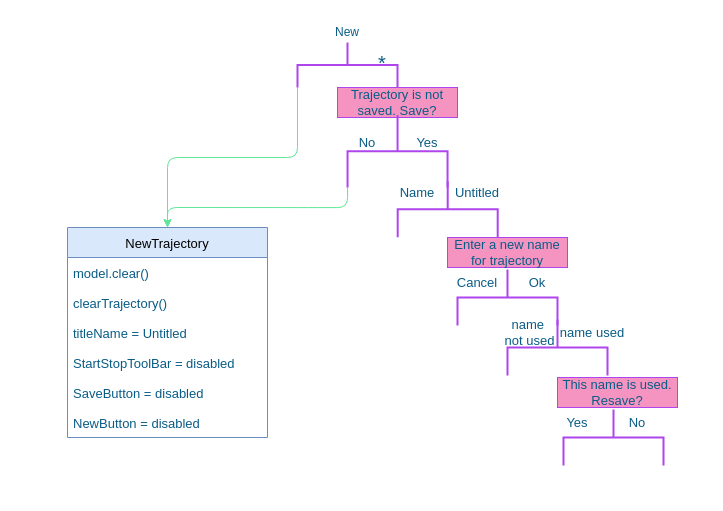
Earlier version of the draw.io diagram NewSaveOpen.drawio (ponBulat/dia). Source tidied: cells renumbered, new cells numbered last; positions are measured from the earlier drawing's top-left corner, leaving out a move shared by most shapes. Both pictures are drawn from the tidied source at 100%, with x=0, y=0 at pixel (67, 15).
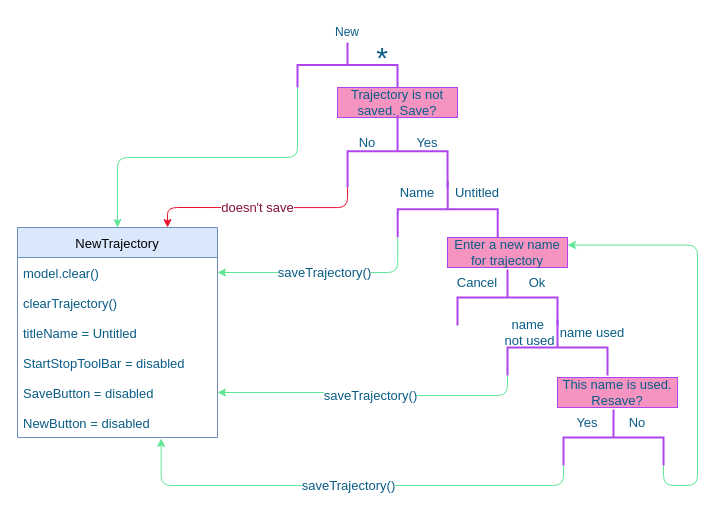
Above is the later version.

The change refers to these unchanged cells:
```xml
<mxCell id="8" style="strokeWidth=2;html=1;shape=mxgraph.flowchart.annotation_2;align=left;labelPosition=right;rotation=90;fillColor=#F694C1;strokeColor=#AF45ED;fontColor=#095C86;" parent="1" vertex="1">
  <mxGeometry x="293.8" y="85.8" width="72.5" height="100" as="geometry" />
</mxCell>
<mxCell id="11" style="strokeWidth=2;html=1;shape=mxgraph.flowchart.annotation_2;align=left;labelPosition=right;rotation=90;fillColor=#F694C1;strokeColor=#AF45ED;fontColor=#095C86;" parent="1" vertex="1">
  <mxGeometry x="352.2" y="143.8" width="56" height="100" as="geometry" />
</mxCell>
<mxCell id="14" value="Enter a new name for trajectory" style="rounded=0;whiteSpace=wrap;html=1;sketch=0;fontSize=13;fontColor=#095C86;strokeColor=#AF45ED;fillColor=#F694C1;" parent="1" vertex="1">
  <mxGeometry x="380" y="222" width="120" height="30" as="geometry" />
</mxCell>
<mxCell id="18" style="strokeWidth=2;html=1;shape=mxgraph.flowchart.annotation_2;align=left;labelPosition=right;rotation=90;fillColor=#F694C1;strokeColor=#AF45ED;fontColor=#095C86;" parent="1" vertex="1">
  <mxGeometry x="462" y="282" width="56" height="100" as="geometry" />
</mxCell>
<mxCell id="22" value="model.clear()" style="text;strokeColor=none;fillColor=none;align=left;verticalAlign=middle;spacingLeft=4;spacingRight=4;overflow=hidden;points=[[0,0.5],[1,0.5]];portConstraint=eastwest;rounded=0;sketch=0;fontSize=13;fontColor=#095C86;" parent="21" vertex="1">
  <mxGeometry y="30" width="200" height="30" as="geometry" />
</mxCell>
<mxCell id="26" value="SaveButton = disabled" style="text;strokeColor=none;fillColor=none;align=left;verticalAlign=middle;spacingLeft=4;spacingRight=4;overflow=hidden;points=[[0,0.5],[1,0.5]];portConstraint=eastwest;rounded=0;sketch=0;fontSize=13;fontColor=#095C86;" parent="21" vertex="1">
  <mxGeometry y="150" width="200" height="30" as="geometry" />
</mxCell>
<mxCell id="27" value="NewButton = disabled" style="text;strokeColor=none;fillColor=none;align=left;verticalAlign=middle;spacingLeft=4;spacingRight=4;overflow=hidden;points=[[0,0.5],[1,0.5]];portConstraint=eastwest;rounded=0;sketch=0;fontSize=13;fontColor=#095C86;" parent="21" vertex="1">
  <mxGeometry y="180" width="200" height="30" as="geometry" />
</mxCell>
<mxCell id="31" style="strokeWidth=2;html=1;shape=mxgraph.flowchart.annotation_2;align=left;labelPosition=right;rotation=90;fillColor=#F694C1;strokeColor=#AF45ED;fontColor=#095C86;" parent="1" vertex="1">
  <mxGeometry x="518" y="372" width="56" height="100" as="geometry" />
</mxCell>
```

Change to the diagram source:
```diff
@@
-    <mxCell id="5" value="*" style="text;html=1;strokeColor=none;fillColor=none;align=center;verticalAlign=middle;whiteSpace=wrap;rounded=0;sketch=0;fontColor=#095C86;fontSize=20;" parent="1" vertex="1">
-      <mxGeometry x="300" y="42" width="30" height="10" as="geometry" />
+    <mxCell id="5" value="*" style="text;html=1;strokeColor=none;fillColor=none;align=center;verticalAlign=middle;whiteSpace=wrap;rounded=0;sketch=0;fontColor=#095C86;fontSize=30;" parent="1" vertex="1">
+      <mxGeometry x="300" y="32" width="30" height="20" as="geometry" />
     </mxCell>
@@
-    <mxCell id="7" style="edgeStyle=orthogonalEdgeStyle;curved=0;rounded=1;sketch=0;jettySize=auto;html=1;fontSize=13;fontColor=#095C86;strokeColor=#60E696;fillColor=#F694C1;exitX=1;exitY=1;exitDx=0;exitDy=0;exitPerimeter=0;" parent="1" edge="1" source="8" target="21">
-      <mxGeometry relative="1" as="geometry" />
-    </mxCell>
@@
+    <mxCell id="32" value="saveTrajectory()" style="edgeStyle=orthogonalEdgeStyle;curved=0;rounded=1;sketch=0;jettySize=auto;html=1;entryX=1;entryY=0.5;entryDx=0;entryDy=0;fontSize=13;fontColor=#095C86;strokeColor=#60E696;fillColor=#F694C1;exitX=1;exitY=1;exitDx=0;exitDy=0;exitPerimeter=0;" parent="1" edge="1" source="11" target="22">
+      <mxGeometry relative="1" as="geometry" />
+    </mxCell>
@@
+    <mxCell id="33" value="saveTrajectory()" style="edgeStyle=orthogonalEdgeStyle;curved=0;rounded=1;sketch=0;jettySize=auto;html=1;fontSize=13;fontColor=#095C86;strokeColor=#60E696;fillColor=#F694C1;exitX=1;exitY=1;exitDx=0;exitDy=0;exitPerimeter=0;" parent="1" edge="1" source="18" target="26">
+      <mxGeometry relative="1" as="geometry" />
+    </mxCell>
@@
     <mxCell id="20" value="Yes" style="text;html=1;strokeColor=none;fillColor=none;align=center;verticalAlign=middle;whiteSpace=wrap;rounded=0;sketch=0;fontSize=13;fontColor=#095C86;" parent="1" vertex="1">
-      <mxGeometry x="480" y="392" width="60" height="30" as="geometry" />
+      <mxGeometry x="490" y="392" width="60" height="30" as="geometry" />
     </mxCell>
     <mxCell id="21" value="NewTrajectory" style="swimlane;fontStyle=0;horizontal=1;startSize=30;rounded=0;sketch=0;fontSize=13;strokeColor=#6c8ebf;fillColor=#dae8fc;arcSize=15;swimlaneLine=1;glass=0;shadow=0;" parent="1" vertex="1">
-      <mxGeometry y="212" width="200" height="210" as="geometry" />
+      <mxGeometry x="-50" y="212" width="200" height="210" as="geometry" />
     </mxCell>
@@
+    <mxCell id="34" style="edgeStyle=orthogonalEdgeStyle;curved=0;rounded=1;sketch=0;jettySize=auto;html=1;entryX=1;entryY=0.25;entryDx=0;entryDy=0;fontSize=13;fontColor=#095C86;strokeColor=#60E696;fillColor=#F694C1;exitX=1;exitY=0;exitDx=0;exitDy=0;exitPerimeter=0;" parent="1" edge="1" source="31" target="14">
+      <mxGeometry relative="1" as="geometry">
+        <Array as="points">
+          <mxPoint x="596" y="470" />
+          <mxPoint x="630" y="470" />
+          <mxPoint x="630" y="230" />
+        </Array>
+      </mxGeometry>
+    </mxCell>
@@
+    <mxCell id="7" value="doesn't save" style="edgeStyle=orthogonalEdgeStyle;curved=0;rounded=1;sketch=0;jettySize=auto;html=1;fontSize=13;fontColor=#861138;strokeColor=#E6122F;fillColor=#F694C1;exitX=1;exitY=1;exitDx=0;exitDy=0;exitPerimeter=0;entryX=0.75;entryY=0;entryDx=0;entryDy=0;" parent="1" edge="1" source="8" target="21">
+      <mxGeometry relative="1" as="geometry" />
+    </mxCell>
+    <mxCell id="35" value="saveTrajectory()" style="edgeStyle=orthogonalEdgeStyle;curved=0;rounded=1;sketch=0;jettySize=auto;html=1;fontSize=13;fontColor=#095C86;strokeColor=#60E696;fillColor=#F694C1;exitX=1;exitY=1;exitDx=0;exitDy=0;exitPerimeter=0;entryX=0.718;entryY=1.033;entryDx=0;entryDy=0;entryPerimeter=0;" parent="1" edge="1" source="31" target="27">
+      <mxGeometry relative="1" as="geometry" />
+    </mxCell>
```
